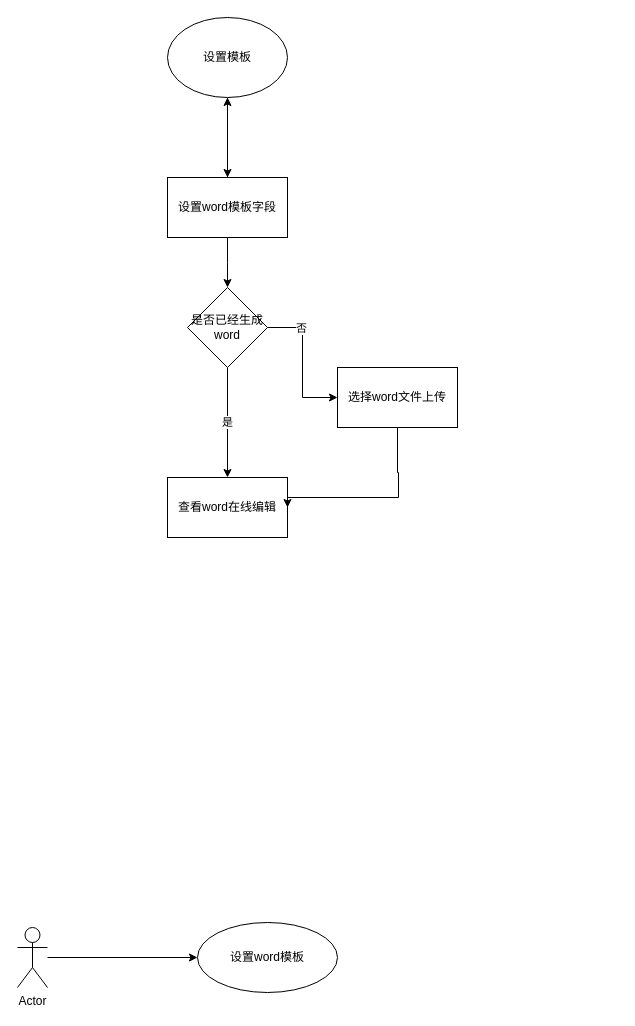
Before: web模板.drawio in zbjcool/mydraw, a draw.io diagram. Source tidied: cells renumbered, new cells numbered last; positions are measured from the earlier drawing's top-left corner, leaving out a move shared by most shapes. Both pictures are drawn from the tidied source at 100%, with x=0, y=0 at pixel (17, 17).
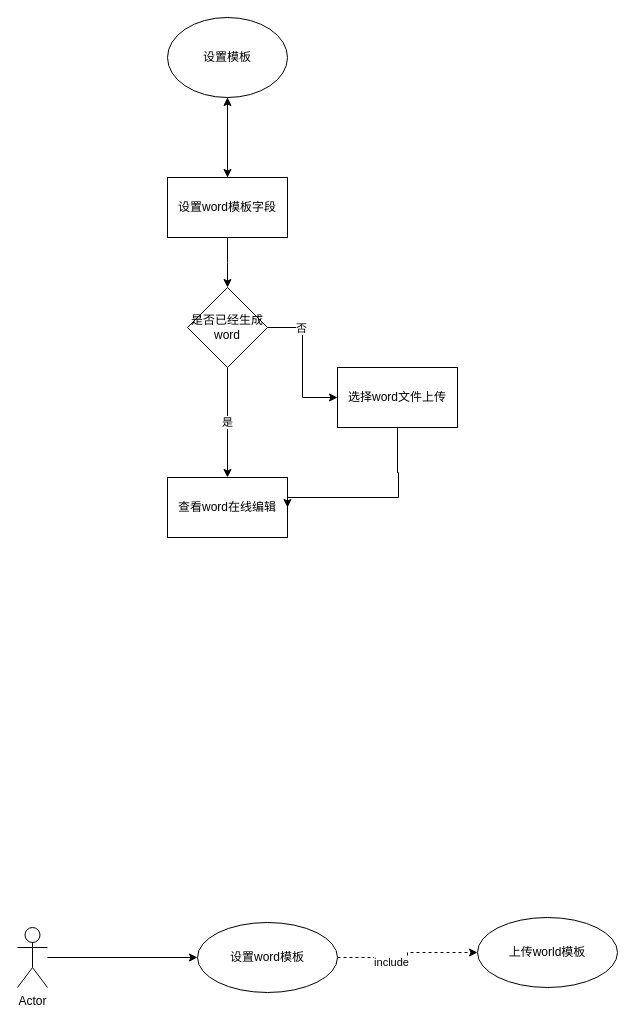
After the change.

The change refers to these unchanged cells:
```xml
<mxCell id="16" value="设置word模板" style="ellipse;whiteSpace=wrap;html=1;" parent="1" vertex="1">
  <mxGeometry x="180" y="905" width="140" height="70" as="geometry" />
</mxCell>
```

The edit, as a diff of the source:
```diff
@@
+    <mxCell id="17" style="edgeStyle=orthogonalEdgeStyle;rounded=0;jettySize=auto;html=1;dashed=1;" parent="1" edge="1" source="16" target="19">
+      <mxGeometry relative="1" as="geometry" />
+    </mxCell>
+    <mxCell id="18" value="include" style="edgeLabel;html=1;align=center;verticalAlign=middle;" parent="17" vertex="1">
+      <mxGeometry x="-0.27" y="-4" relative="1" as="geometry" />
+    </mxCell>
@@
+    <mxCell id="19" value="上传world模板" style="ellipse;whiteSpace=wrap;html=1;" parent="1" vertex="1">
+      <mxGeometry x="460" y="900" width="140" height="70" as="geometry" />
+    </mxCell>
```
